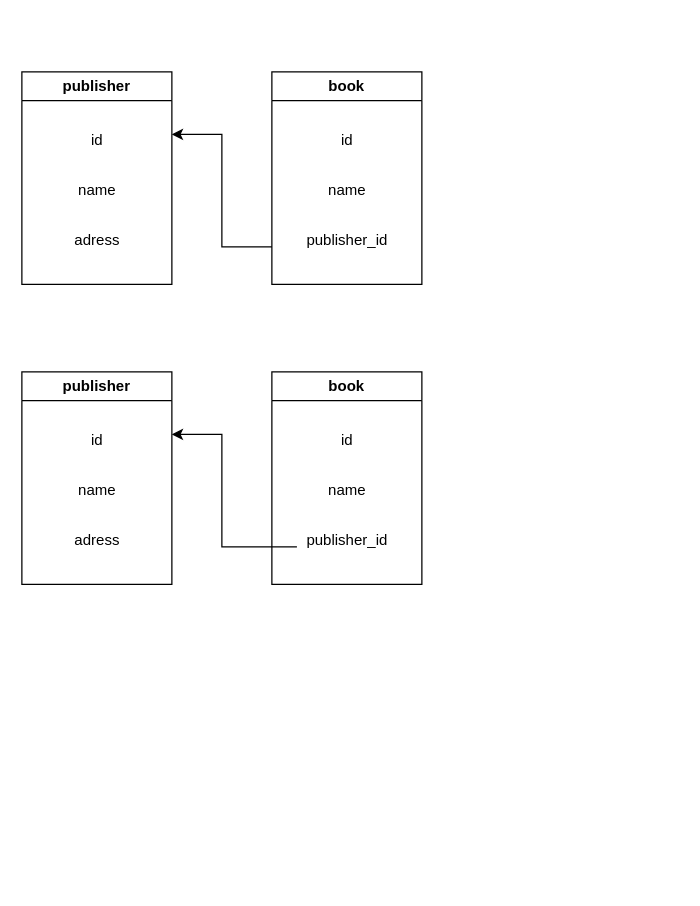
This is Диаграмма без названия.drawio from RomanKrugovenkov/job4j_design, a draw.io file, before an edit. Source tidied: cells renumbered, new cells numbered last; positions are measured from the earlier drawing's top-left corner, leaving out a move shared by most shapes. Both pictures are drawn from the tidied source at 125%, with x=0, y=0 at pixel (21, 71).
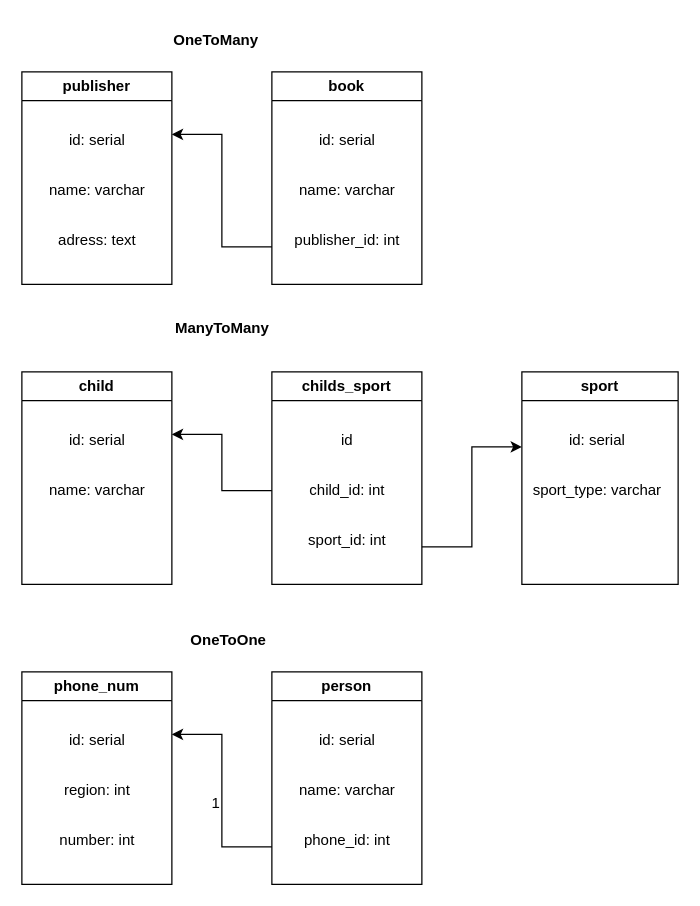
Above is the later version.

Commit message:
0.1. Связи между таблицами [#373615]

The change refers to these unchanged cells:
```xml
<mxCell id="2" value="publisher" style="swimlane;whiteSpace=wrap;html=1;" parent="1" vertex="1">
  <mxGeometry width="120" height="170" as="geometry" />
</mxCell>
<mxCell id="6" value="book" style="swimlane;whiteSpace=wrap;html=1;" parent="1" vertex="1">
  <mxGeometry x="200" width="120" height="170" as="geometry" />
</mxCell>
```

The edit, as a diff of the source:
```diff
@@
-    <mxCell id="3" value="id" style="text;html=1;align=center;verticalAlign=middle;strokeColor=none;fillColor=none;" parent="2" vertex="1">
-      <mxGeometry x="45" y="40" width="30" height="30" as="geometry" />
+    <mxCell id="3" value="id: serial" style="text;html=1;align=center;verticalAlign=middle;strokeColor=none;fillColor=none;" parent="2" vertex="1">
+      <mxGeometry x="25" y="40" width="70" height="30" as="geometry" />
     </mxCell>
-    <mxCell id="4" value="name" style="text;html=1;align=center;verticalAlign=middle;strokeColor=none;fillColor=none;" parent="2" vertex="1">
-      <mxGeometry x="35" y="80" width="50" height="30" as="geometry" />
+    <mxCell id="4" value="name: varchar" style="text;html=1;align=center;verticalAlign=middle;strokeColor=none;fillColor=none;" parent="2" vertex="1">
+      <mxGeometry x="10" y="80" width="100" height="30" as="geometry" />
     </mxCell>
-    <mxCell id="5" value="adress" style="text;html=1;align=center;verticalAlign=middle;strokeColor=none;fillColor=none;" parent="2" vertex="1">
-      <mxGeometry x="30" y="120" width="60" height="30" as="geometry" />
+    <mxCell id="5" value="adress: text" style="text;html=1;align=center;verticalAlign=middle;strokeColor=none;fillColor=none;" parent="2" vertex="1">
+      <mxGeometry x="15" y="120" width="90" height="30" as="geometry" />
     </mxCell>
@@
-    <mxCell id="7" value="id" style="text;html=1;align=center;verticalAlign=middle;strokeColor=none;fillColor=none;" parent="6" vertex="1">
-      <mxGeometry x="45" y="40" width="30" height="30" as="geometry" />
+    <mxCell id="7" value="id: serial" style="text;html=1;align=center;verticalAlign=middle;strokeColor=none;fillColor=none;" parent="6" vertex="1">
+      <mxGeometry x="25" y="40" width="70" height="30" as="geometry" />
     </mxCell>
-    <mxCell id="8" value="name" style="text;html=1;align=center;verticalAlign=middle;strokeColor=none;fillColor=none;" parent="6" vertex="1">
-      <mxGeometry x="35" y="80" width="50" height="30" as="geometry" />
+    <mxCell id="8" value="name: varchar" style="text;html=1;align=center;verticalAlign=middle;strokeColor=none;fillColor=none;" parent="6" vertex="1">
+      <mxGeometry x="10" y="80" width="100" height="30" as="geometry" />
     </mxCell>
-    <mxCell id="9" value="publisher_id" style="text;html=1;align=center;verticalAlign=middle;strokeColor=none;fillColor=none;" parent="6" vertex="1">
-      <mxGeometry x="15" y="120" width="90" height="30" as="geometry" />
+    <mxCell id="9" value="publisher_id: int" style="text;html=1;align=center;verticalAlign=middle;strokeColor=none;fillColor=none;" parent="6" vertex="1">
+      <mxGeometry x="5" y="120" width="110" height="30" as="geometry" />
     </mxCell>
@@
-    <mxCell id="11" value="publisher" style="swimlane;whiteSpace=wrap;html=1;" parent="1" vertex="1">
+    <mxCell id="11" value="child" style="swimlane;whiteSpace=wrap;html=1;" parent="1" vertex="1">
       <mxGeometry y="240" width="120" height="170" as="geometry" />
     </mxCell>
-    <mxCell id="12" value="id" style="text;html=1;align=center;verticalAlign=middle;strokeColor=none;fillColor=none;" parent="11" vertex="1">
-      <mxGeometry x="45" y="40" width="30" height="30" as="geometry" />
-    </mxCell>
-    <mxCell id="13" value="name" style="text;html=1;align=center;verticalAlign=middle;strokeColor=none;fillColor=none;" parent="11" vertex="1">
-      <mxGeometry x="35" y="80" width="50" height="30" as="geometry" />
-    </mxCell>
-    <mxCell id="14" value="adress" style="text;html=1;align=center;verticalAlign=middle;strokeColor=none;fillColor=none;" parent="11" vertex="1">
-      <mxGeometry x="30" y="120" width="60" height="30" as="geometry" />
-    </mxCell>
+    <mxCell id="20" value="id: serial" style="text;html=1;align=center;verticalAlign=middle;strokeColor=none;fillColor=none;" parent="11" vertex="1">
+      <mxGeometry x="25" y="40" width="70" height="30" as="geometry" />
+    </mxCell>
+    <mxCell id="21" value="name: varchar" style="text;html=1;align=center;verticalAlign=middle;strokeColor=none;fillColor=none;" parent="11" vertex="1">
+      <mxGeometry x="10" y="80" width="100" height="30" as="geometry" />
+    </mxCell>
-    <mxCell id="15" value="book" style="swimlane;whiteSpace=wrap;html=1;" parent="1" vertex="1">
+    <mxCell id="15" value="childs_sport" style="swimlane;whiteSpace=wrap;html=1;startSize=23;" parent="1" vertex="1">
       <mxGeometry x="200" y="240" width="120" height="170" as="geometry" />
     </mxCell>
@@
-    <mxCell id="17" value="name" style="text;html=1;align=center;verticalAlign=middle;strokeColor=none;fillColor=none;" parent="15" vertex="1">
-      <mxGeometry x="35" y="80" width="50" height="30" as="geometry" />
+    <mxCell id="17" value="child_id: int" style="text;html=1;align=center;verticalAlign=middle;strokeColor=none;fillColor=none;" parent="15" vertex="1">
+      <mxGeometry x="20" y="80" width="80" height="30" as="geometry" />
     </mxCell>
-    <mxCell id="18" value="publisher_id" style="text;html=1;align=center;verticalAlign=middle;points=[];strokeColor=none;fillColor=none;" parent="15" vertex="1">
+    <mxCell id="18" value="sport_id: int" style="text;html=1;align=center;verticalAlign=middle;points=[];strokeColor=none;fillColor=none;" parent="15" vertex="1">
       <mxGeometry x="15" y="120" width="90" height="30" as="geometry" />
     </mxCell>
-    <mxCell id="19" style="endArrow=classic;html=1;rounded=0;exitX=0.056;exitY=0.667;exitDx=0;exitDy=0;exitPerimeter=0;" parent="1" edge="1" source="18">
+    <mxCell id="19" style="endArrow=classic;html=1;rounded=0;" parent="1" edge="1">
       <mxGeometry relative="1" as="geometry">
+        <mxPoint x="200" y="335" as="sourcePoint" />
         <mxPoint x="120" y="290" as="targetPoint" />
         <Array as="points">
-          <mxPoint x="160" y="380" />
+          <mxPoint x="160" y="335" />
           <mxPoint x="160" y="290" />
         </Array>
       </mxGeometry>
     </mxCell>
+    <mxCell id="22" value="sport" style="swimlane;whiteSpace=wrap;html=1;" parent="1" vertex="1">
+      <mxGeometry x="400" y="240" width="125" height="170" as="geometry" />
+    </mxCell>
+    <mxCell id="23" value="id: serial" style="text;html=1;align=center;verticalAlign=middle;strokeColor=none;fillColor=none;" parent="22" vertex="1">
+      <mxGeometry x="25" y="40" width="70" height="30" as="geometry" />
+    </mxCell>
+    <mxCell id="24" value="sport_type: varchar" style="text;html=1;align=center;verticalAlign=middle;strokeColor=none;fillColor=none;" parent="22" vertex="1">
+      <mxGeometry x="-5" y="80" width="130" height="30" as="geometry" />
+    </mxCell>
+    <mxCell id="25" style="endArrow=classic;html=1;rounded=0;" parent="22" edge="1">
+      <mxGeometry relative="1" as="geometry">
+        <mxPoint x="-80" y="140" as="sourcePoint" />
+        <mxPoint y="60" as="targetPoint" />
+        <Array as="points">
+          <mxPoint x="-40" y="140" />
+          <mxPoint x="-40" y="60" />
+        </Array>
+      </mxGeometry>
+    </mxCell>
+    <mxCell id="26" value="phone_num" style="swimlane;whiteSpace=wrap;html=1;" parent="1" vertex="1">
+      <mxGeometry y="480" width="120" height="170" as="geometry" />
+    </mxCell>
+    <mxCell id="27" value="id: serial" style="text;html=1;align=center;verticalAlign=middle;strokeColor=none;fillColor=none;" parent="26" vertex="1">
+      <mxGeometry x="25" y="40" width="70" height="30" as="geometry" />
+    </mxCell>
+    <mxCell id="28" value="region: int" style="text;html=1;align=center;verticalAlign=middle;strokeColor=none;fillColor=none;" parent="26" vertex="1">
+      <mxGeometry x="20" y="80" width="80" height="30" as="geometry" />
+    </mxCell>
+    <mxCell id="29" value="number: int" style="text;html=1;align=center;verticalAlign=middle;strokeColor=none;fillColor=none;" parent="26" vertex="1">
+      <mxGeometry x="20" y="120" width="80" height="30" as="geometry" />
+    </mxCell>
+    <mxCell id="30" value="person" style="swimlane;whiteSpace=wrap;html=1;startSize=23;" parent="1" vertex="1">
+      <mxGeometry x="200" y="480" width="120" height="170" as="geometry" />
+    </mxCell>
+    <mxCell id="31" value="id: serial" style="text;html=1;align=center;verticalAlign=middle;strokeColor=none;fillColor=none;" parent="30" vertex="1">
+      <mxGeometry x="25" y="40" width="70" height="30" as="geometry" />
+    </mxCell>
+    <mxCell id="32" value="name: varchar" style="text;html=1;align=center;verticalAlign=middle;strokeColor=none;fillColor=none;" parent="30" vertex="1">
+      <mxGeometry x="10" y="80" width="100" height="30" as="geometry" />
+    </mxCell>
+    <mxCell id="33" value="phone_id: int" style="text;html=1;align=center;verticalAlign=middle;strokeColor=none;fillColor=none;" parent="30" vertex="1">
+      <mxGeometry x="15" y="120" width="90" height="30" as="geometry" />
+    </mxCell>
+    <mxCell id="34" style="endArrow=classic;html=1;rounded=0;" parent="1" edge="1">
+      <mxGeometry relative="1" as="geometry">
+        <mxPoint x="200" y="620" as="sourcePoint" />
+        <mxPoint x="120" y="530" as="targetPoint" />
+        <Array as="points">
+          <mxPoint x="160" y="620" />
+          <mxPoint x="160" y="530" />
+        </Array>
+      </mxGeometry>
+    </mxCell>
+    <mxCell id="35" value="1" style="text;html=1;align=center;verticalAlign=middle;strokeColor=none;fillColor=none;" parent="1" vertex="1">
+      <mxGeometry x="140" y="570" width="30" height="30" as="geometry" />
+    </mxCell>
+    <mxCell id="36" value="&lt;b&gt;OneToOne&lt;/b&gt;" style="text;html=1;align=center;verticalAlign=middle;strokeColor=none;fillColor=none;" parent="1" vertex="1">
+      <mxGeometry x="125" y="440" width="80" height="30" as="geometry" />
+    </mxCell>
+    <mxCell id="37" value="&lt;b&gt;ManyToMany&lt;/b&gt;" style="text;html=1;align=center;verticalAlign=middle;strokeColor=none;fillColor=none;" parent="1" vertex="1">
+      <mxGeometry x="110" y="190" width="100" height="30" as="geometry" />
+    </mxCell>
+    <mxCell id="38" value="&lt;b&gt;OneToMany&lt;/b&gt;" style="text;html=1;align=center;verticalAlign=middle;strokeColor=none;fillColor=none;" parent="1" vertex="1">
+      <mxGeometry x="110" y="-40" width="90" height="30" as="geometry" />
+    </mxCell>
```
